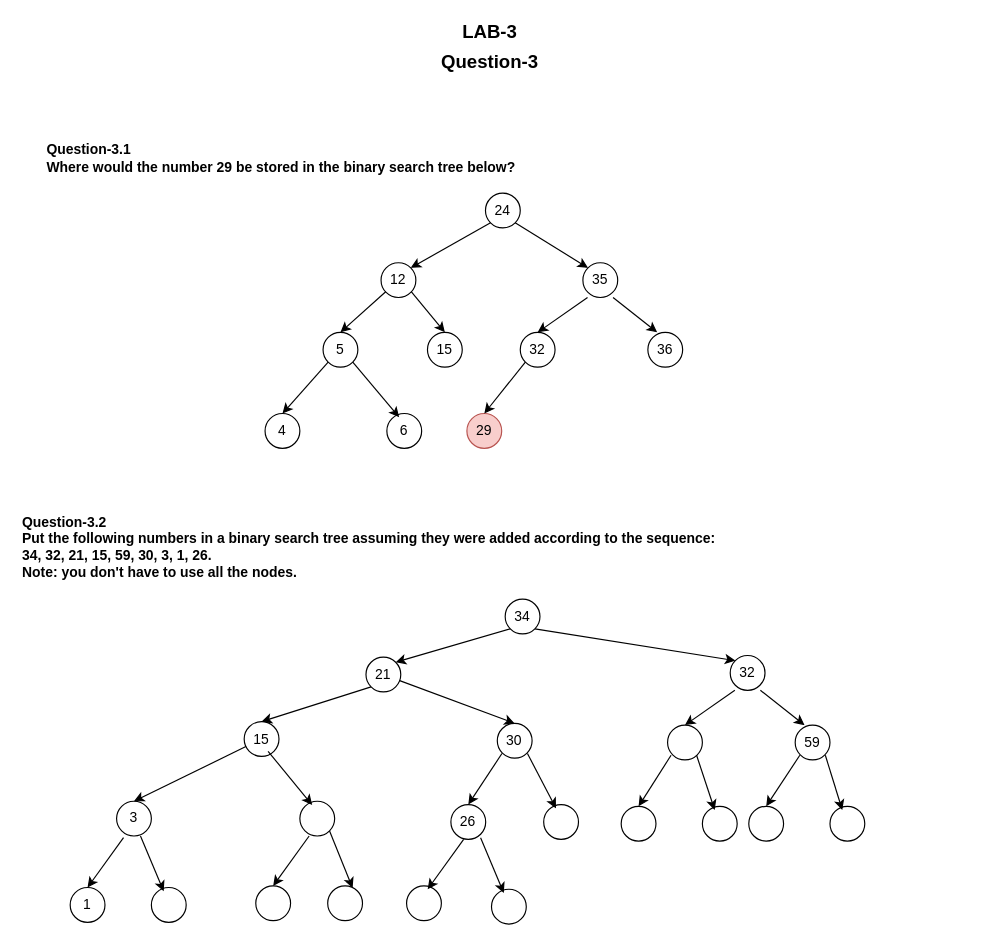
Before: LAB-3.drawio in ProgPatterns/Lab3_midtermReview, a draw.io diagram. Source tidied: cells renumbered, new cells numbered last; positions are measured from the earlier drawing's top-left corner, leaving out a move shared by most shapes. Both pictures are drawn from the tidied source at 116%, with x=0, y=0 at pixel (20, 30).
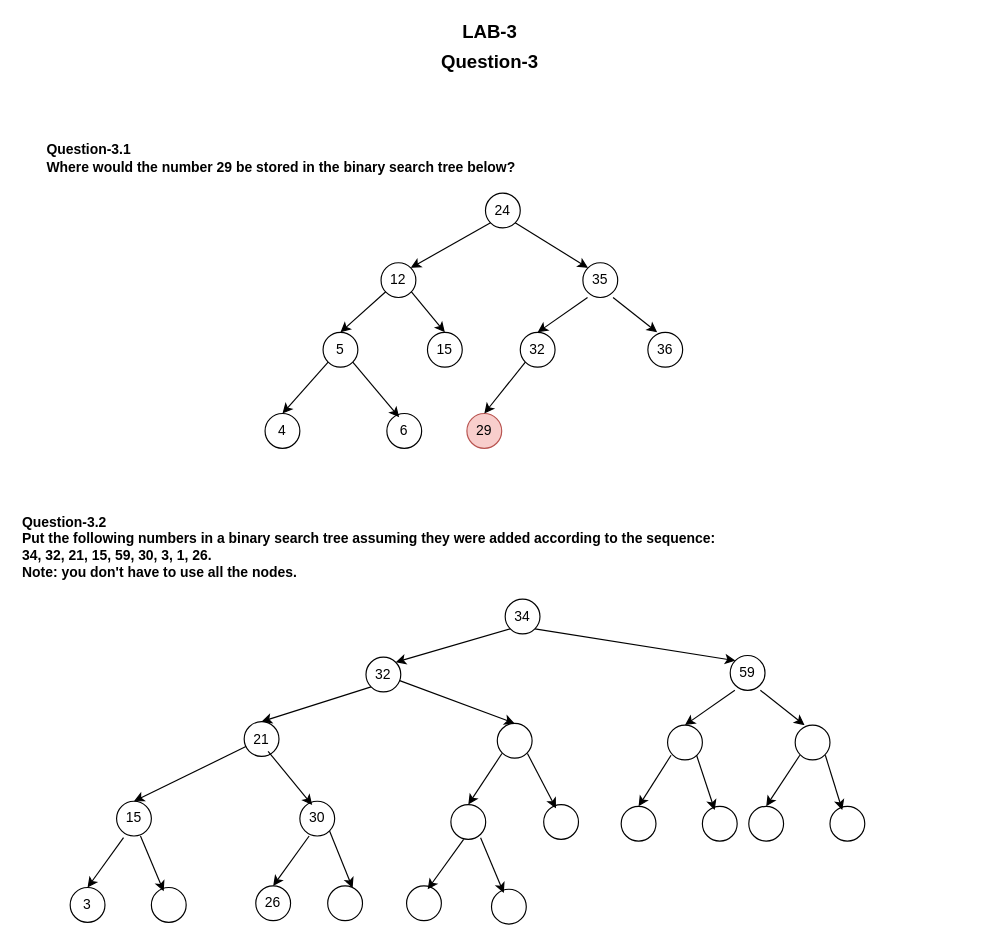
The same diagram, later.

Change to the diagram source:
```diff
@@
-    <mxCell id="23" style="ellipse;whiteSpace=wrap;html=1;" parent="1" vertex="1">
+    <mxCell id="23" value="30" style="ellipse;whiteSpace=wrap;html=1;" parent="1" vertex="1">
       <mxGeometry x="241" y="664.2" width="30" height="30" as="geometry" />
     </mxCell>
@@
-    <mxCell id="25" value="3" style="ellipse;whiteSpace=wrap;html=1;" parent="1" vertex="1">
+    <mxCell id="25" value="15" style="ellipse;whiteSpace=wrap;html=1;" parent="1" vertex="1">
       <mxGeometry x="83" y="664.2" width="30" height="30" as="geometry" />
     </mxCell>
-    <mxCell id="26" value="15" style="ellipse;whiteSpace=wrap;html=1;" parent="1" vertex="1">
+    <mxCell id="26" value="21" style="ellipse;whiteSpace=wrap;html=1;" parent="1" vertex="1">
       <mxGeometry x="193" y="595.6" width="30" height="30" as="geometry" />
     </mxCell>
-    <mxCell id="27" value="30" style="ellipse;whiteSpace=wrap;html=1;" parent="1" vertex="1">
+    <mxCell id="27" style="ellipse;whiteSpace=wrap;html=1;" parent="1" vertex="1">
       <mxGeometry x="411.2" y="597.1" width="30" height="30" as="geometry" />
     </mxCell>
-    <mxCell id="28" value="59" style="ellipse;whiteSpace=wrap;html=1;" parent="1" vertex="1">
+    <mxCell id="28" style="ellipse;whiteSpace=wrap;html=1;" parent="1" vertex="1">
       <mxGeometry x="668" y="598.6" width="30" height="30" as="geometry" />
     </mxCell>
-    <mxCell id="29" value="32" style="ellipse;whiteSpace=wrap;html=1;" parent="1" vertex="1">
+    <mxCell id="29" value="59" style="ellipse;whiteSpace=wrap;html=1;" parent="1" vertex="1">
       <mxGeometry x="612" y="538.6" width="30" height="30" as="geometry" />
     </mxCell>
-    <mxCell id="30" value="21" style="ellipse;whiteSpace=wrap;html=1;" parent="1" vertex="1">
+    <mxCell id="30" value="32" style="ellipse;whiteSpace=wrap;html=1;" parent="1" vertex="1">
       <mxGeometry x="298" y="540" width="30" height="30" as="geometry" />
     </mxCell>
@@
-    <mxCell id="40" value="26" style="ellipse;whiteSpace=wrap;html=1;" parent="1" vertex="1">
+    <mxCell id="40" style="ellipse;whiteSpace=wrap;html=1;" parent="1" vertex="1">
       <mxGeometry x="371.2" y="667.1" width="30" height="30" as="geometry" />
     </mxCell>
@@
-    <mxCell id="52" value="1" style="ellipse;whiteSpace=wrap;html=1;" parent="1" vertex="1">
+    <mxCell id="52" value="3" style="ellipse;whiteSpace=wrap;html=1;" parent="1" vertex="1">
       <mxGeometry x="43" y="738.6" width="30" height="30" as="geometry" />
     </mxCell>
@@
-    <mxCell id="56" style="ellipse;whiteSpace=wrap;html=1;" parent="1" vertex="1">
+    <mxCell id="56" value="26" style="ellipse;whiteSpace=wrap;html=1;" parent="1" vertex="1">
       <mxGeometry x="203" y="737.2" width="30" height="30" as="geometry" />
     </mxCell>
```
